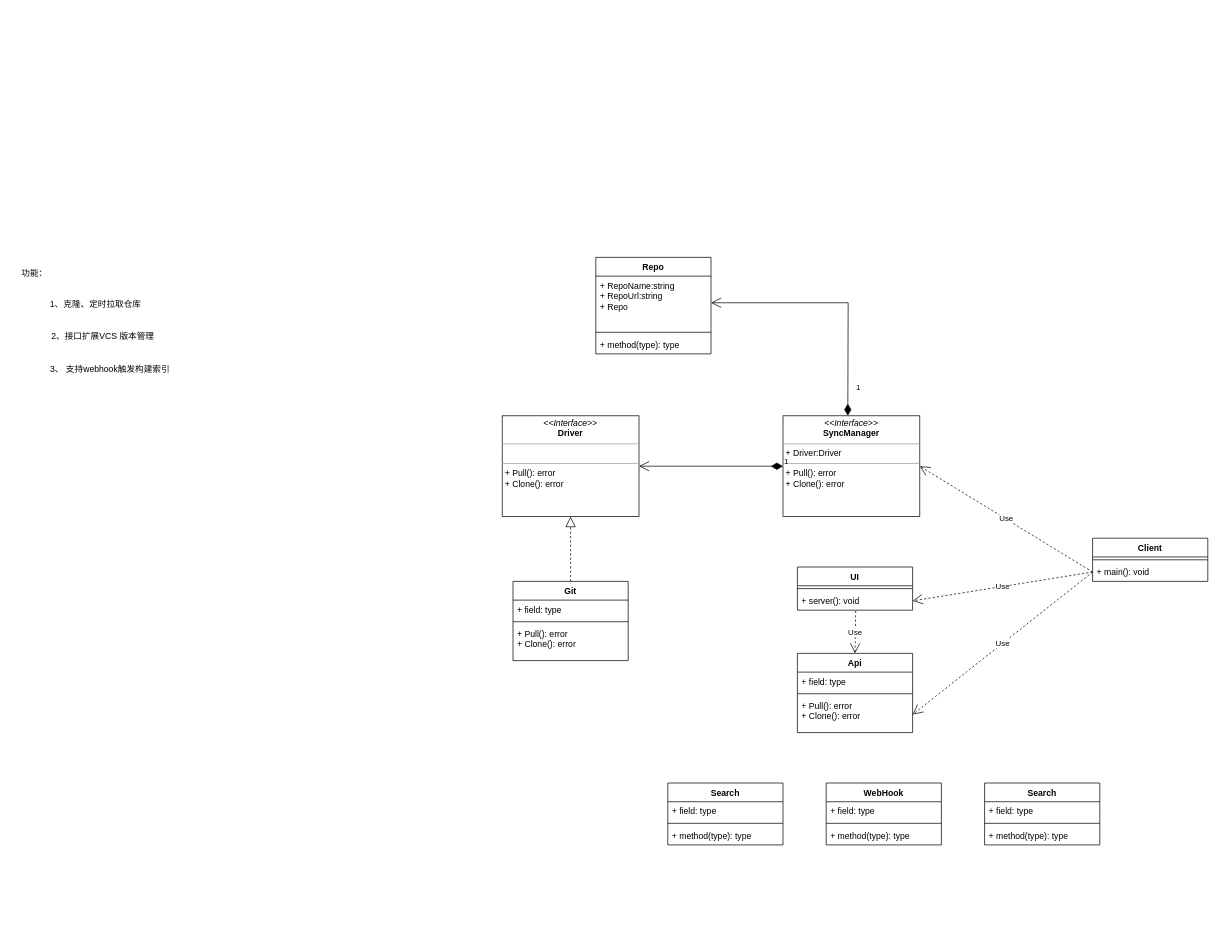
heyingjiee/draw keeps this draw.io diagram as UML类图.drawio. Above is the earlier version. Source tidied: cells renumbered, new cells numbered last; positions are measured from the earlier drawing's top-left corner, leaving out a move shared by most shapes. Both pictures are drawn from the tidied source at 72%, with x=0, y=0 at pixel (12, 257).
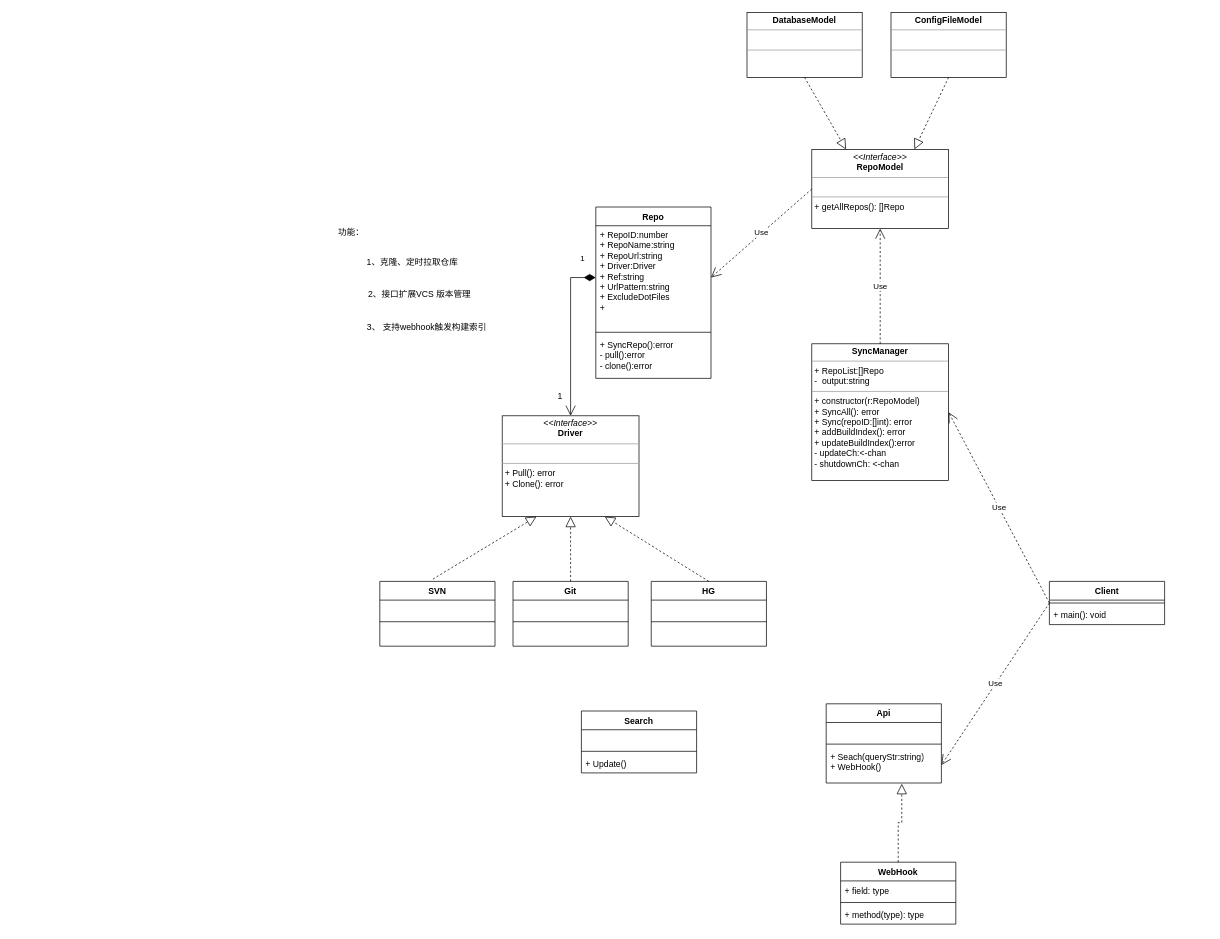
The same diagram, later.

The change refers to these unchanged cells:
```xml
<mxCell id="4" value="+ main(): void" style="text;strokeColor=none;fillColor=none;align=left;verticalAlign=top;spacingLeft=4;spacingRight=4;overflow=hidden;points=[[0,0.5],[1,0.5]];portConstraint=eastwest;whiteSpace=wrap;html=1;" parent="2" vertex="1">
  <mxGeometry y="34" width="160" height="26" as="geometry" />
</mxCell>
<mxCell id="8" value="&lt;p style=&quot;margin:0px;margin-top:4px;text-align:center;&quot;&gt;&lt;i&gt;&amp;lt;&amp;lt;Interface&amp;gt;&amp;gt;&lt;/i&gt;&lt;br&gt;&lt;b&gt;Driver&lt;/b&gt;&lt;/p&gt;&lt;hr size=&quot;1&quot;&gt;&lt;p style=&quot;margin:0px;margin-left:4px;&quot;&gt;&lt;br&gt;&lt;/p&gt;&lt;hr size=&quot;1&quot;&gt;&lt;p style=&quot;margin:0px;margin-left:4px;&quot;&gt;+ Pull(): error&lt;br&gt;+ Clone(): error&lt;br&gt;&lt;br&gt;&lt;/p&gt;" style="verticalAlign=top;align=left;overflow=fill;fontSize=12;fontFamily=Helvetica;html=1;whiteSpace=wrap;" parent="1" vertex="1">
  <mxGeometry x="680" y="220" width="190" height="140" as="geometry" />
</mxCell>
```

Change to the diagram source:
```diff
@@
     <mxCell id="2" value="Client" style="swimlane;fontStyle=1;align=center;verticalAlign=top;horizontal=1;startSize=26;whiteSpace=wrap;html=1;" parent="1" vertex="1">
-      <mxGeometry x="1500" y="390" width="160" height="60" as="geometry" />
+      <mxGeometry x="1440" y="450" width="160" height="60" as="geometry" />
     </mxCell>
@@
-    <mxCell id="5" value="UI" style="swimlane;fontStyle=1;align=center;verticalAlign=top;horizontal=1;startSize=26;whiteSpace=wrap;html=1;" parent="1" vertex="1">
-      <mxGeometry x="1090" y="430" width="160" height="60" as="geometry" />
-    </mxCell>
-    <mxCell id="6" style="line;strokeWidth=1;fillColor=none;align=left;verticalAlign=middle;spacingTop=-1;spacingLeft=3;spacingRight=3;labelPosition=right;strokeColor=inherit;" parent="5" vertex="1">
-      <mxGeometry y="26" width="160" height="8" as="geometry" />
-    </mxCell>
-    <mxCell id="7" value="+ server(): void" style="text;strokeColor=none;fillColor=none;align=left;verticalAlign=top;spacingLeft=4;spacingRight=4;overflow=hidden;points=[[0,0.5],[1,0.5]];portConstraint=eastwest;whiteSpace=wrap;html=1;" parent="5" vertex="1">
-      <mxGeometry y="34" width="160" height="26" as="geometry" />
-    </mxCell>
@@
     <mxCell id="9" value="Git" style="swimlane;fontStyle=1;align=center;verticalAlign=top;horizontal=1;startSize=26;whiteSpace=wrap;html=1;" parent="1" vertex="1">
-      <mxGeometry x="695" y="450" width="160" height="110" as="geometry" />
+      <mxGeometry x="695" y="450" width="160" height="90" as="geometry" />
     </mxCell>
-    <mxCell id="10" value="+ field: type" style="text;strokeColor=none;fillColor=none;align=left;verticalAlign=top;spacingLeft=4;spacingRight=4;overflow=hidden;whiteSpace=wrap;html=1;" parent="9" vertex="1">
+    <mxCell id="10" value="&amp;nbsp;" style="text;strokeColor=none;fillColor=none;align=left;verticalAlign=top;spacingLeft=4;spacingRight=4;overflow=hidden;whiteSpace=wrap;html=1;" parent="9" vertex="1">
       <mxGeometry y="26" width="160" height="26" as="geometry" />
     </mxCell>
@@
-    <mxCell id="12" value="+ Pull(): error&lt;br style=&quot;border-color: var(--border-color);&quot;&gt;+ Clone(): error" style="text;strokeColor=none;fillColor=none;align=left;verticalAlign=top;spacingLeft=4;spacingRight=4;overflow=hidden;whiteSpace=wrap;html=1;" parent="9" vertex="1">
-      <mxGeometry y="60" width="160" height="50" as="geometry" />
+    <mxCell id="12" value="&amp;nbsp;" style="text;strokeColor=none;fillColor=none;align=left;verticalAlign=top;spacingLeft=4;spacingRight=4;overflow=hidden;whiteSpace=wrap;html=1;" parent="9" vertex="1">
+      <mxGeometry y="60" width="160" height="30" as="geometry" />
     </mxCell>
@@
     <mxCell id="14" value="Repo" style="swimlane;fontStyle=1;align=center;verticalAlign=top;horizontal=1;startSize=26;whiteSpace=wrap;html=1;" parent="1" vertex="1">
-      <mxGeometry x="810" width="160" height="134" as="geometry" />
+      <mxGeometry x="810" y="-70" width="160" height="238" as="geometry" />
     </mxCell>
-    <mxCell id="15" value="+ RepoName:string&lt;br&gt;+ RepoUrl:string&lt;br&gt;+ Repo" style="text;strokeColor=none;fillColor=none;align=left;verticalAlign=top;spacingLeft=4;spacingRight=4;overflow=hidden;points=[[0,0.5],[1,0.5]];portConstraint=eastwest;whiteSpace=wrap;html=1;" parent="14" vertex="1">
-      <mxGeometry y="26" width="160" height="74" as="geometry" />
+    <mxCell id="15" value="+ RepoID:number&lt;br&gt;+ RepoName:string&lt;br&gt;+ RepoUrl:string&lt;br&gt;+ Driver:Driver&lt;br&gt;+ Ref:string&lt;br&gt;+&amp;nbsp;UrlPattern:string&lt;br&gt;+ ExcludeDotFiles&lt;br&gt;+&amp;nbsp;" style="text;strokeColor=none;fillColor=none;align=left;verticalAlign=top;spacingLeft=4;spacingRight=4;overflow=hidden;points=[[0,0.5],[1,0.5]];portConstraint=eastwest;whiteSpace=wrap;html=1;" parent="14" vertex="1">
+      <mxGeometry y="26" width="160" height="144" as="geometry" />
     </mxCell>
     <mxCell id="16" style="line;strokeWidth=1;fillColor=none;align=left;verticalAlign=middle;spacingTop=-1;spacingLeft=3;spacingRight=3;labelPosition=right;strokeColor=inherit;" parent="14" vertex="1">
-      <mxGeometry y="100" width="160" height="8" as="geometry" />
+      <mxGeometry y="170" width="160" height="8" as="geometry" />
     </mxCell>
-    <mxCell id="17" value="+ method(type): type" style="text;strokeColor=none;fillColor=none;align=left;verticalAlign=top;spacingLeft=4;spacingRight=4;overflow=hidden;whiteSpace=wrap;html=1;" parent="14" vertex="1">
-      <mxGeometry y="108" width="160" height="26" as="geometry" />
+    <mxCell id="17" value="+ SyncRepo():error&lt;br&gt;- pull():error&lt;br&gt;- clone():error" style="text;strokeColor=none;fillColor=none;align=left;verticalAlign=top;spacingLeft=4;spacingRight=4;overflow=hidden;whiteSpace=wrap;html=1;" parent="14" vertex="1">
+      <mxGeometry y="178" width="160" height="60" as="geometry" />
     </mxCell>
     <mxCell id="18" value="功能：" style="text;html=1;align=center;verticalAlign=middle;strokeColor=none;fillColor=none;" parent="1" vertex="1">
-      <mxGeometry y="8" width="60" height="30" as="geometry" />
+      <mxGeometry x="440" y="-50" width="60" height="30" as="geometry" />
     </mxCell>
     <mxCell id="19" value="1、克隆、定时拉取仓库" style="text;html=1;align=center;verticalAlign=middle;strokeColor=none;fillColor=none;" parent="1" vertex="1">
-      <mxGeometry x="40" y="50" width="150" height="30" as="geometry" />
+      <mxGeometry x="480" y="-8" width="150" height="30" as="geometry" />
     </mxCell>
     <mxCell id="20" value="2、接口扩展VCS 版本管理" style="text;html=1;align=center;verticalAlign=middle;strokeColor=none;fillColor=none;" parent="1" vertex="1">
-      <mxGeometry x="40" y="95" width="170" height="30" as="geometry" />
+      <mxGeometry x="480" y="37" width="170" height="30" as="geometry" />
     </mxCell>
     <mxCell id="21" value="3、 支持webhook触发构建索引" style="text;html=1;align=center;verticalAlign=middle;strokeColor=none;fillColor=none;" parent="1" vertex="1">
-      <mxGeometry x="40" y="140" width="190" height="30" as="geometry" />
+      <mxGeometry x="480" y="82" width="190" height="30" as="geometry" />
     </mxCell>
-    <mxCell id="22" value="Search" style="swimlane;fontStyle=1;align=center;verticalAlign=top;horizontal=1;startSize=26;whiteSpace=wrap;html=1;" parent="1" vertex="1">
-      <mxGeometry x="910" y="730" width="160" height="86" as="geometry" />
-    </mxCell>
-    <mxCell id="23" value="+ field: type" style="text;strokeColor=none;fillColor=none;align=left;verticalAlign=top;spacingLeft=4;spacingRight=4;overflow=hidden;whiteSpace=wrap;html=1;" parent="22" vertex="1">
-      <mxGeometry y="26" width="160" height="26" as="geometry" />
-    </mxCell>
-    <mxCell id="24" style="line;strokeWidth=1;fillColor=none;align=left;verticalAlign=middle;spacingTop=-1;spacingLeft=3;spacingRight=3;labelPosition=right;strokeColor=inherit;" parent="22" vertex="1">
-      <mxGeometry y="52" width="160" height="8" as="geometry" />
-    </mxCell>
-    <mxCell id="25" value="+ method(type): type" style="text;strokeColor=none;fillColor=none;align=left;verticalAlign=top;spacingLeft=4;spacingRight=4;overflow=hidden;whiteSpace=wrap;html=1;" parent="22" vertex="1">
-      <mxGeometry y="60" width="160" height="26" as="geometry" />
-    </mxCell>
-    <mxCell id="26" value="&lt;p style=&quot;margin:0px;margin-top:4px;text-align:center;&quot;&gt;&lt;i&gt;&amp;lt;&amp;lt;Interface&amp;gt;&amp;gt;&lt;/i&gt;&lt;br&gt;&lt;b&gt;SyncManager&lt;/b&gt;&lt;/p&gt;&lt;hr size=&quot;1&quot;&gt;&lt;p style=&quot;margin:0px;margin-left:4px;&quot;&gt;+ Driver:Driver&lt;/p&gt;&lt;hr size=&quot;1&quot;&gt;&lt;p style=&quot;margin:0px;margin-left:4px;&quot;&gt;+ Pull(): error&lt;br&gt;+ Clone(): error&lt;br&gt;&lt;br&gt;&lt;/p&gt;" style="verticalAlign=top;align=left;overflow=fill;fontSize=12;fontFamily=Helvetica;html=1;whiteSpace=wrap;" parent="1" vertex="1">
-      <mxGeometry x="1070" y="220" width="190" height="140" as="geometry" />
+    <mxCell id="26" value="&lt;p style=&quot;margin:0px;margin-top:4px;text-align:center;&quot;&gt;&lt;b&gt;SyncManager&lt;/b&gt;&lt;/p&gt;&lt;hr size=&quot;1&quot;&gt;&lt;p style=&quot;margin:0px;margin-left:4px;&quot;&gt;+ RepoList:[]Repo&lt;br&gt;-&amp;nbsp; output:string&lt;/p&gt;&lt;hr size=&quot;1&quot;&gt;&lt;p style=&quot;margin:0px;margin-left:4px;&quot;&gt;+ constructor(r:RepoModel)&lt;br&gt;+ SyncAll(): error&lt;br&gt;+ Sync(repoID:[]int): error&lt;br&gt;+ addBuildIndex(): error&lt;br&gt;+ updateBuildIndex():error&lt;br&gt;- updateCh:&amp;lt;-chan&lt;br&gt;- shutdownCh: &amp;lt;-chan&lt;/p&gt;" style="verticalAlign=top;align=left;overflow=fill;fontSize=12;fontFamily=Helvetica;html=1;whiteSpace=wrap;" parent="1" vertex="1">
+      <mxGeometry x="1110" y="120" width="190" height="190" as="geometry" />
     </mxCell>
     <mxCell id="27" value="Api" style="swimlane;fontStyle=1;align=center;verticalAlign=top;horizontal=1;startSize=26;whiteSpace=wrap;html=1;" parent="1" vertex="1">
-      <mxGeometry x="1090" y="550" width="160" height="110" as="geometry" />
+      <mxGeometry x="1130" y="620" width="160" height="110" as="geometry" />
     </mxCell>
-    <mxCell id="28" value="+ field: type" style="text;strokeColor=none;fillColor=none;align=left;verticalAlign=top;spacingLeft=4;spacingRight=4;overflow=hidden;whiteSpace=wrap;html=1;" parent="27" vertex="1">
+    <mxCell id="28" value="&amp;nbsp;" style="text;strokeColor=none;fillColor=none;align=left;verticalAlign=top;spacingLeft=4;spacingRight=4;overflow=hidden;whiteSpace=wrap;html=1;" parent="27" vertex="1">
       <mxGeometry y="26" width="160" height="26" as="geometry" />
     </mxCell>
@@
-    <mxCell id="30" value="+ Pull(): error&lt;br style=&quot;border-color: var(--border-color);&quot;&gt;+ Clone(): error" style="text;strokeColor=none;fillColor=none;align=left;verticalAlign=top;spacingLeft=4;spacingRight=4;overflow=hidden;points=[[0,0.5],[1,0.5]];portConstraint=eastwest;whiteSpace=wrap;html=1;" parent="27" vertex="1">
+    <mxCell id="30" value="+ Seach(queryStr:string)&lt;br&gt;+ WebHook()" style="text;strokeColor=none;fillColor=none;align=left;verticalAlign=top;spacingLeft=4;spacingRight=4;overflow=hidden;points=[[0,0.5],[1,0.5]];portConstraint=eastwest;whiteSpace=wrap;html=1;" parent="27" vertex="1">
       <mxGeometry y="60" width="160" height="50" as="geometry" />
     </mxCell>
-    <mxCell id="31" value="Use" style="endArrow=open;endSize=12;dashed=1;html=1;rounded=0;exitX=0;exitY=0.5;exitDx=0;exitDy=0;entryX=1;entryY=0.5;entryDx=0;entryDy=0;" parent="1" edge="1" source="4" target="26">
+    <mxCell id="31" value="Use" style="endArrow=open;endSize=12;dashed=1;html=1;rounded=0;exitX=0;exitY=0.5;exitDx=0;exitDy=0;entryX=1;entryY=0.5;entryDx=0;entryDy=0;" parent="1" edge="1" source="2" target="26">
       <mxGeometry relative="1" as="geometry" />
     </mxCell>
-    <mxCell id="32" value="1" style="endArrow=open;html=1;endSize=12;startArrow=diamondThin;startSize=14;startFill=1;edgeStyle=orthogonalEdgeStyle;align=left;verticalAlign=bottom;rounded=0;entryX=1;entryY=0.5;entryDx=0;entryDy=0;" parent="1" edge="1" target="15">
-      <mxGeometry x="-0.83" y="-10" relative="1" as="geometry">
-        <mxPoint x="1160" y="220" as="sourcePoint" />
-      </mxGeometry>
-    </mxCell>
-    <mxCell id="33" value="1" style="endArrow=open;html=1;endSize=12;startArrow=diamondThin;startSize=14;startFill=1;edgeStyle=orthogonalEdgeStyle;align=left;verticalAlign=bottom;rounded=0;exitX=0;exitY=0.5;exitDx=0;exitDy=0;" parent="1" edge="1" source="26" target="8">
-      <mxGeometry x="-1" y="3" relative="1" as="geometry" />
-    </mxCell>
-    <mxCell id="34" value="Use" style="endArrow=open;endSize=12;dashed=1;html=1;rounded=0;entryX=1;entryY=0.5;entryDx=0;entryDy=0;exitX=0;exitY=0.5;exitDx=0;exitDy=0;" parent="1" edge="1" source="4" target="7">
-      <mxGeometry relative="1" as="geometry" />
-    </mxCell>
-    <mxCell id="35" value="Use" style="endArrow=open;endSize=12;dashed=1;html=1;rounded=0;exitX=0;exitY=0.5;exitDx=0;exitDy=0;entryX=1;entryY=0.5;entryDx=0;entryDy=0;" parent="1" edge="1" source="4" target="30">
+    <mxCell id="35" value="Use" style="endArrow=open;endSize=12;dashed=1;html=1;rounded=0;exitX=0;exitY=0.5;exitDx=0;exitDy=0;entryX=1;entryY=0.5;entryDx=0;entryDy=0;" parent="1" edge="1" source="2" target="30">
       <mxGeometry relative="1" as="geometry" />
     </mxCell>
-    <mxCell id="36" value="Use" style="endArrow=open;endSize=12;dashed=1;html=1;rounded=0;exitX=0.506;exitY=1.038;exitDx=0;exitDy=0;exitPerimeter=0;" parent="1" edge="1" source="7">
-      <mxGeometry relative="1" as="geometry">
-        <mxPoint x="1170" y="550" as="targetPoint" />
-      </mxGeometry>
-    </mxCell>
     <mxCell id="37" value="WebHook" style="swimlane;fontStyle=1;align=center;verticalAlign=top;horizontal=1;startSize=26;whiteSpace=wrap;html=1;" parent="1" vertex="1">
-      <mxGeometry x="1130" y="730" width="160" height="86" as="geometry" />
+      <mxGeometry x="1150" y="840" width="160" height="86" as="geometry" />
     </mxCell>
@@
-    <mxCell id="41" value="Search" style="swimlane;fontStyle=1;align=center;verticalAlign=top;horizontal=1;startSize=26;whiteSpace=wrap;html=1;" parent="1" vertex="1">
-      <mxGeometry x="1350" y="730" width="160" height="86" as="geometry" />
-    </mxCell>
-    <mxCell id="42" value="+ field: type" style="text;strokeColor=none;fillColor=none;align=left;verticalAlign=top;spacingLeft=4;spacingRight=4;overflow=hidden;whiteSpace=wrap;html=1;" parent="41" vertex="1">
-      <mxGeometry y="26" width="160" height="26" as="geometry" />
-    </mxCell>
-    <mxCell id="43" style="line;strokeWidth=1;fillColor=none;align=left;verticalAlign=middle;spacingTop=-1;spacingLeft=3;spacingRight=3;labelPosition=right;strokeColor=inherit;" parent="41" vertex="1">
-      <mxGeometry y="52" width="160" height="8" as="geometry" />
-    </mxCell>
-    <mxCell id="44" value="+ method(type): type" style="text;strokeColor=none;fillColor=none;align=left;verticalAlign=top;spacingLeft=4;spacingRight=4;overflow=hidden;whiteSpace=wrap;html=1;" parent="41" vertex="1">
-      <mxGeometry y="60" width="160" height="26" as="geometry" />
-    </mxCell>
+    <mxCell id="45" style="endArrow=block;dashed=1;endFill=0;endSize=12;html=1;rounded=0;exitX=0.5;exitY=0;exitDx=0;exitDy=0;entryX=0.656;entryY=1.02;entryDx=0;entryDy=0;entryPerimeter=0;edgeStyle=orthogonalEdgeStyle;" parent="1" edge="1" source="37" target="30">
+      <mxGeometry relative="1" as="geometry" />
+    </mxCell>
+    <mxCell id="46" value="1" style="endArrow=open;html=1;endSize=12;startArrow=diamondThin;startSize=14;startFill=1;edgeStyle=orthogonalEdgeStyle;align=left;verticalAlign=bottom;rounded=0;entryX=0.5;entryY=0;entryDx=0;entryDy=0;exitX=0;exitY=0.5;exitDx=0;exitDy=0;" parent="1" edge="1" source="15" target="8">
+      <mxGeometry x="-0.8" y="-18" relative="1" as="geometry" />
+    </mxCell>
+    <mxCell id="47" value="SVN" style="swimlane;fontStyle=1;align=center;verticalAlign=top;horizontal=1;startSize=26;whiteSpace=wrap;html=1;" parent="1" vertex="1">
+      <mxGeometry x="510" y="450" width="160" height="90" as="geometry" />
+    </mxCell>
+    <mxCell id="48" value="&amp;nbsp;" style="text;strokeColor=none;fillColor=none;align=left;verticalAlign=top;spacingLeft=4;spacingRight=4;overflow=hidden;whiteSpace=wrap;html=1;" parent="47" vertex="1">
+      <mxGeometry y="26" width="160" height="26" as="geometry" />
+    </mxCell>
+    <mxCell id="49" style="line;strokeWidth=1;fillColor=none;align=left;verticalAlign=middle;spacingTop=-1;spacingLeft=3;spacingRight=3;labelPosition=right;strokeColor=inherit;" parent="47" vertex="1">
+      <mxGeometry y="52" width="160" height="8" as="geometry" />
+    </mxCell>
+    <mxCell id="50" value="&amp;nbsp;" style="text;strokeColor=none;fillColor=none;align=left;verticalAlign=top;spacingLeft=4;spacingRight=4;overflow=hidden;whiteSpace=wrap;html=1;" parent="47" vertex="1">
+      <mxGeometry y="60" width="160" height="30" as="geometry" />
+    </mxCell>
+    <mxCell id="51" value="HG" style="swimlane;fontStyle=1;align=center;verticalAlign=top;horizontal=1;startSize=26;whiteSpace=wrap;html=1;" parent="1" vertex="1">
+      <mxGeometry x="887" y="450" width="160" height="90" as="geometry" />
+    </mxCell>
+    <mxCell id="52" value="&amp;nbsp;" style="text;strokeColor=none;fillColor=none;align=left;verticalAlign=top;spacingLeft=4;spacingRight=4;overflow=hidden;whiteSpace=wrap;html=1;" parent="51" vertex="1">
+      <mxGeometry y="26" width="160" height="26" as="geometry" />
+    </mxCell>
+    <mxCell id="53" style="line;strokeWidth=1;fillColor=none;align=left;verticalAlign=middle;spacingTop=-1;spacingLeft=3;spacingRight=3;labelPosition=right;strokeColor=inherit;" parent="51" vertex="1">
+      <mxGeometry y="52" width="160" height="8" as="geometry" />
+    </mxCell>
+    <mxCell id="54" value="&amp;nbsp;" style="text;strokeColor=none;fillColor=none;align=left;verticalAlign=top;spacingLeft=4;spacingRight=4;overflow=hidden;whiteSpace=wrap;html=1;" parent="51" vertex="1">
+      <mxGeometry y="60" width="160" height="30" as="geometry" />
+    </mxCell>
+    <mxCell id="55" style="endArrow=block;dashed=1;endFill=0;endSize=12;html=1;rounded=0;exitX=0.461;exitY=-0.036;exitDx=0;exitDy=0;exitPerimeter=0;entryX=0.25;entryY=1;entryDx=0;entryDy=0;" parent="1" edge="1" source="47" target="8">
+      <mxGeometry relative="1" as="geometry" />
+    </mxCell>
+    <mxCell id="56" style="endArrow=block;dashed=1;endFill=0;endSize=12;html=1;rounded=0;exitX=0.5;exitY=0;exitDx=0;exitDy=0;entryX=0.75;entryY=1;entryDx=0;entryDy=0;" parent="1" edge="1" source="51" target="8">
+      <mxGeometry relative="1" as="geometry" />
+    </mxCell>
+    <mxCell id="57" value="Search" style="swimlane;fontStyle=1;align=center;verticalAlign=top;horizontal=1;startSize=26;whiteSpace=wrap;html=1;" parent="1" vertex="1">
+      <mxGeometry x="790" y="630" width="160" height="86" as="geometry" />
+    </mxCell>
+    <mxCell id="58" value="&amp;nbsp;" style="text;strokeColor=none;fillColor=none;align=left;verticalAlign=top;spacingLeft=4;spacingRight=4;overflow=hidden;whiteSpace=wrap;html=1;" parent="57" vertex="1">
+      <mxGeometry y="26" width="160" height="26" as="geometry" />
+    </mxCell>
+    <mxCell id="59" style="line;strokeWidth=1;fillColor=none;align=left;verticalAlign=middle;spacingTop=-1;spacingLeft=3;spacingRight=3;labelPosition=right;strokeColor=inherit;" parent="57" vertex="1">
+      <mxGeometry y="52" width="160" height="8" as="geometry" />
+    </mxCell>
+    <mxCell id="60" value="+ Update()" style="text;strokeColor=none;fillColor=none;align=left;verticalAlign=top;spacingLeft=4;spacingRight=4;overflow=hidden;whiteSpace=wrap;html=1;" parent="57" vertex="1">
+      <mxGeometry y="60" width="160" height="26" as="geometry" />
+    </mxCell>
+    <mxCell id="61" value="1" style="text;html=1;align=center;verticalAlign=middle;strokeColor=none;fillColor=none;" parent="1" vertex="1">
+      <mxGeometry x="745" y="178" width="30" height="30" as="geometry" />
+    </mxCell>
+    <mxCell id="62" value="&lt;p style=&quot;margin:0px;margin-top:4px;text-align:center;&quot;&gt;&lt;i&gt;&amp;lt;&amp;lt;Interface&amp;gt;&amp;gt;&lt;/i&gt;&lt;br&gt;&lt;b&gt;RepoModel&lt;/b&gt;&lt;/p&gt;&lt;hr size=&quot;1&quot;&gt;&lt;p style=&quot;margin:0px;margin-left:4px;&quot;&gt;&amp;nbsp;&lt;/p&gt;&lt;hr size=&quot;1&quot;&gt;&lt;p style=&quot;margin:0px;margin-left:4px;&quot;&gt;+ getAllRepos(): []Repo&lt;br&gt;&lt;/p&gt;" style="verticalAlign=top;align=left;overflow=fill;fontSize=12;fontFamily=Helvetica;html=1;whiteSpace=wrap;" parent="1" vertex="1">
+      <mxGeometry x="1110" y="-150" width="190" height="110" as="geometry" />
+    </mxCell>
+    <mxCell id="63" value="&lt;p style=&quot;margin:0px;margin-top:4px;text-align:center;&quot;&gt;&lt;b&gt;DatabaseModel&lt;/b&gt;&lt;/p&gt;&lt;hr size=&quot;1&quot;&gt;&lt;p style=&quot;margin:0px;margin-left:4px;&quot;&gt;&amp;nbsp;&lt;/p&gt;&lt;hr size=&quot;1&quot;&gt;&lt;p style=&quot;margin:0px;margin-left:4px;&quot;&gt;&amp;nbsp;&lt;/p&gt;" style="verticalAlign=top;align=left;overflow=fill;fontSize=12;fontFamily=Helvetica;html=1;whiteSpace=wrap;" parent="1" vertex="1">
+      <mxGeometry x="1020" y="-340" width="160" height="90" as="geometry" />
+    </mxCell>
+    <mxCell id="64" value="&lt;p style=&quot;margin:0px;margin-top:4px;text-align:center;&quot;&gt;&lt;b&gt;ConfigFileModel&lt;/b&gt;&lt;/p&gt;&lt;hr size=&quot;1&quot;&gt;&lt;p style=&quot;margin:0px;margin-left:4px;&quot;&gt;&amp;nbsp;&lt;/p&gt;&lt;hr size=&quot;1&quot;&gt;&lt;p style=&quot;margin:0px;margin-left:4px;&quot;&gt;&amp;nbsp;&lt;/p&gt;" style="verticalAlign=top;align=left;overflow=fill;fontSize=12;fontFamily=Helvetica;html=1;whiteSpace=wrap;" parent="1" vertex="1">
+      <mxGeometry x="1220" y="-340" width="160" height="90" as="geometry" />
+    </mxCell>
+    <mxCell id="65" style="endArrow=block;dashed=1;endFill=0;endSize=12;html=1;rounded=0;exitX=0.5;exitY=1;exitDx=0;exitDy=0;entryX=0.25;entryY=0;entryDx=0;entryDy=0;" parent="1" edge="1" source="63" target="62">
+      <mxGeometry relative="1" as="geometry" />
+    </mxCell>
+    <mxCell id="66" style="endArrow=block;dashed=1;endFill=0;endSize=12;html=1;rounded=0;exitX=0.5;exitY=1;exitDx=0;exitDy=0;entryX=0.75;entryY=0;entryDx=0;entryDy=0;" parent="1" edge="1" source="64" target="62">
+      <mxGeometry relative="1" as="geometry" />
+    </mxCell>
+    <mxCell id="67" value="Use" style="endArrow=open;endSize=12;dashed=1;html=1;rounded=0;exitX=0.5;exitY=0;exitDx=0;exitDy=0;entryX=0.5;entryY=1;entryDx=0;entryDy=0;" parent="1" edge="1" source="26" target="62">
+      <mxGeometry relative="1" as="geometry" />
+    </mxCell>
+    <mxCell id="68" value="Use" style="endArrow=open;endSize=12;dashed=1;html=1;rounded=0;exitX=0;exitY=0.5;exitDx=0;exitDy=0;entryX=1;entryY=0.5;entryDx=0;entryDy=0;" parent="1" edge="1" source="62" target="15">
+      <mxGeometry relative="1" as="geometry" />
+    </mxCell>
```
